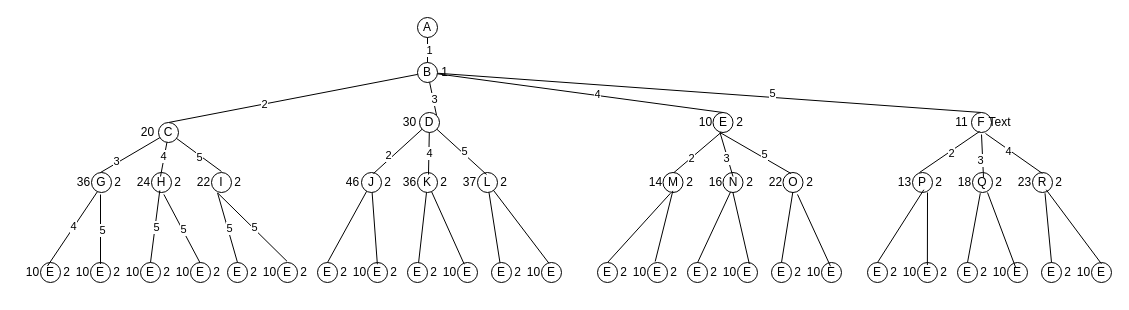
This is 算法.drawio from suoyi123wang/draw.io, a draw.io file, before an edit. Source tidied: cells renumbered, new cells numbered last; positions are measured from the earlier drawing's top-left corner, leaving out a move shared by most shapes. Both pictures are drawn from the tidied source at 100%, with x=0, y=0 at pixel (17, 17).
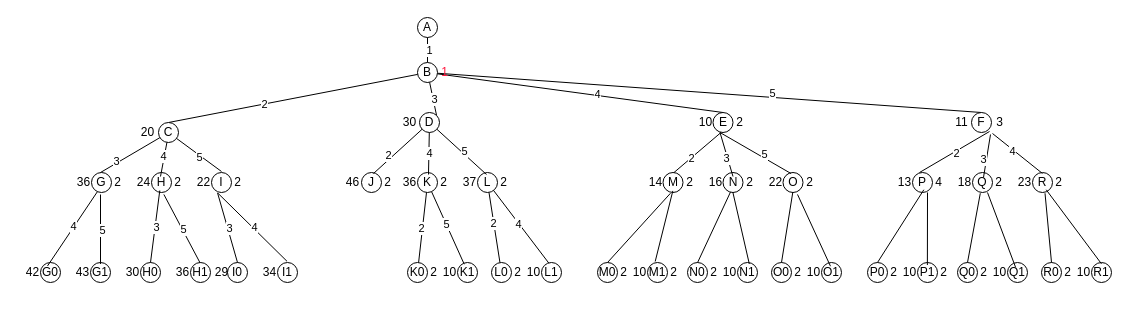
After the change.

The change refers to these unchanged cells:
```xml
<mxCell id="53" value="J" style="ellipse;whiteSpace=wrap;html=1;" parent="52" vertex="1">
  <mxGeometry x="60" width="20" height="20" as="geometry" />
</mxCell>
<mxCell id="96" style="group;" parent="94" vertex="1">
  <mxGeometry width="59" height="20" as="geometry" />
</mxCell>
<mxCell id="140" style="edgeStyle=none;rounded=0;jettySize=auto;html=1;entryX=0.5;entryY=0;entryDx=0;entryDy=0;startArrow=none;startFill=0;endArrow=none;endFill=0;exitX=1.043;exitY=0.9;exitDx=0;exitDy=0;exitPerimeter=0;" parent="1" edge="1" source="41" target="131">
  <mxGeometry relative="1" as="geometry" />
</mxCell>
<mxCell id="151" style="edgeStyle=none;rounded=0;jettySize=auto;html=1;entryX=0.5;entryY=0;entryDx=0;entryDy=0;startArrow=none;startFill=0;endArrow=none;endFill=0;exitX=0.967;exitY=1.014;exitDx=0;exitDy=0;exitPerimeter=0;" parent="1" edge="1" source="46" target="144">
  <mxGeometry relative="1" as="geometry" />
</mxCell>
<mxCell id="153" style="edgeStyle=none;rounded=0;jettySize=auto;html=1;entryX=1.086;entryY=-0.057;entryDx=0;entryDy=0;startArrow=none;startFill=0;endArrow=none;endFill=0;exitX=0.986;exitY=1.043;exitDx=0;exitDy=0;exitPerimeter=0;entryPerimeter=0;" parent="1" edge="1" source="46" target="149">
  <mxGeometry relative="1" as="geometry" />
</mxCell>
<mxCell id="168" style="edgeStyle=none;rounded=0;jettySize=auto;html=1;startArrow=none;startFill=0;endArrow=none;endFill=0;" parent="1" edge="1" source="58" target="164">
  <mxGeometry relative="1" as="geometry" />
</mxCell>
<mxCell id="169" style="edgeStyle=none;rounded=0;jettySize=auto;html=1;entryX=0.336;entryY=0.086;entryDx=0;entryDy=0;entryPerimeter=0;startArrow=none;startFill=0;endArrow=none;endFill=0;" parent="1" edge="1" source="58" target="166">
  <mxGeometry relative="1" as="geometry" />
</mxCell>
<mxCell id="174" style="edgeStyle=none;rounded=0;jettySize=auto;html=1;startArrow=none;startFill=0;endArrow=none;endFill=0;" parent="1" edge="1" source="63" target="170">
  <mxGeometry relative="1" as="geometry" />
</mxCell>
<mxCell id="175" style="edgeStyle=none;rounded=0;jettySize=auto;html=1;entryX=1.01;entryY=0.029;entryDx=0;entryDy=0;entryPerimeter=0;startArrow=none;startFill=0;endArrow=none;endFill=0;" parent="1" edge="1" source="63" target="173">
  <mxGeometry relative="1" as="geometry" />
</mxCell>
<mxCell id="178" style="group;" parent="1" vertex="1">
  <mxGeometry x="607" y="245" width="59" height="20" as="geometry" />
</mxCell>
<mxCell id="199" style="group;" parent="1" vertex="1">
  <mxGeometry x="877" y="245" width="59" height="20" as="geometry" />
</mxCell>
```

The edit, as a diff of the source:
```diff
@@
-    <mxCell id="22" style="group;" parent="1" vertex="1">
+    <mxCell id="22" style="group;fontColor=#FF1947;" parent="1" vertex="1">
       <mxGeometry x="400" y="45" width="37" height="20" as="geometry" />
     </mxCell>
@@
-    <mxCell id="25" value="1" style="text;html=1;align=center;verticalAlign=middle;" parent="22" vertex="1">
+    <mxCell id="25" value="&lt;font color=&quot;#ff173e&quot;&gt;1&lt;/font&gt;" style="text;html=1;align=center;verticalAlign=middle;" parent="22" vertex="1">
       <mxGeometry x="17" width="20" height="20" as="geometry" />
     </mxCell>
@@
-    <mxCell id="98" value="2" style="text;html=1;align=center;verticalAlign=middle;" parent="96" vertex="1">
+    <mxCell id="98" value="4" style="text;html=1;align=center;verticalAlign=middle;" parent="96" vertex="1">
       <mxGeometry x="39" width="20" height="20" as="geometry" />
     </mxCell>
@@
-    <mxCell id="109" value="Text" style="text;html=1;align=center;verticalAlign=middle;points=[];" parent="1" vertex="1">
-      <mxGeometry x="962" y="95" width="40" height="20" as="geometry" />
+    <mxCell id="109" value="3" style="text;html=1;align=center;verticalAlign=middle;points=[];" parent="1" vertex="1">
+      <mxGeometry x="972" y="95" width="20" height="20" as="geometry" />
     </mxCell>
@@
     <mxCell id="116" style="group;" parent="1" vertex="1">
-      <mxGeometry y="245" width="59" height="20" as="geometry" />
+      <mxGeometry y="245" width="74" height="30" as="geometry" />
     </mxCell>
-    <mxCell id="117" value="E" style="ellipse;whiteSpace=wrap;html=1;" parent="116" vertex="1">
+    <mxCell id="117" value="G0" style="ellipse;whiteSpace=wrap;html=1;" parent="116" vertex="1">
       <mxGeometry x="23" width="20" height="20" as="geometry" />
     </mxCell>
     <mxCell id="118" style="group;" parent="116" vertex="1">
-      <mxGeometry width="59" height="20" as="geometry" />
+      <mxGeometry width="74" height="30" as="geometry" />
     </mxCell>
-    <mxCell id="119" value="10" style="text;html=1;align=center;verticalAlign=middle;points=[];" parent="118" vertex="1">
+    <mxCell id="119" value="42" style="text;html=1;align=center;verticalAlign=middle;points=[];" parent="118" vertex="1">
       <mxGeometry width="30" height="20" as="geometry" />
     </mxCell>
-    <mxCell id="120" value="2" style="text;html=1;align=center;verticalAlign=middle;" parent="118" vertex="1">
-      <mxGeometry x="39" width="20" height="20" as="geometry" />
-    </mxCell>
     <mxCell id="121" style="group;" parent="1" vertex="1">
-      <mxGeometry x="50" y="245" width="59" height="20" as="geometry" />
+      <mxGeometry x="50" y="245" width="74" height="30" as="geometry" />
     </mxCell>
-    <mxCell id="122" value="E" style="ellipse;whiteSpace=wrap;html=1;" parent="121" vertex="1">
+    <mxCell id="122" value="G1" style="ellipse;whiteSpace=wrap;html=1;" parent="121" vertex="1">
       <mxGeometry x="23" width="20" height="20" as="geometry" />
     </mxCell>
     <mxCell id="123" style="group;" parent="121" vertex="1">
-      <mxGeometry width="59" height="20" as="geometry" />
+      <mxGeometry width="74" height="30" as="geometry" />
     </mxCell>
-    <mxCell id="124" value="10" style="text;html=1;align=center;verticalAlign=middle;points=[];" parent="123" vertex="1">
+    <mxCell id="124" value="43" style="text;html=1;align=center;verticalAlign=middle;points=[];" parent="123" vertex="1">
       <mxGeometry width="30" height="20" as="geometry" />
     </mxCell>
-    <mxCell id="125" value="2" style="text;html=1;align=center;verticalAlign=middle;" parent="123" vertex="1">
-      <mxGeometry x="39" width="20" height="20" as="geometry" />
-    </mxCell>
@@
     <mxCell id="130" style="group;" parent="1" vertex="1">
-      <mxGeometry x="100" y="245" width="59" height="20" as="geometry" />
+      <mxGeometry x="100" y="245" width="74" height="30" as="geometry" />
     </mxCell>
-    <mxCell id="131" value="E" style="ellipse;whiteSpace=wrap;html=1;" parent="130" vertex="1">
+    <mxCell id="131" value="H0" style="ellipse;whiteSpace=wrap;html=1;" parent="130" vertex="1">
       <mxGeometry x="23" width="20" height="20" as="geometry" />
     </mxCell>
     <mxCell id="132" style="group;" parent="130" vertex="1">
-      <mxGeometry width="59" height="20" as="geometry" />
+      <mxGeometry width="74" height="30" as="geometry" />
     </mxCell>
-    <mxCell id="133" value="10" style="text;html=1;align=center;verticalAlign=middle;" parent="132" vertex="1">
+    <mxCell id="133" value="30" style="text;html=1;align=center;verticalAlign=middle;" parent="132" vertex="1">
       <mxGeometry width="30" height="20" as="geometry" />
     </mxCell>
-    <mxCell id="134" value="2" style="text;html=1;align=center;verticalAlign=middle;" parent="132" vertex="1">
-      <mxGeometry x="39" width="20" height="20" as="geometry" />
-    </mxCell>
     <mxCell id="135" style="group;" parent="1" vertex="1">
-      <mxGeometry x="150" y="245" width="59" height="20" as="geometry" />
+      <mxGeometry x="150" y="245" width="74" height="30" as="geometry" />
     </mxCell>
-    <mxCell id="136" value="E" style="ellipse;whiteSpace=wrap;html=1;" parent="135" vertex="1">
+    <mxCell id="136" value="H1" style="ellipse;whiteSpace=wrap;html=1;" parent="135" vertex="1">
       <mxGeometry x="23" width="20" height="20" as="geometry" />
     </mxCell>
     <mxCell id="137" style="group;" parent="135" vertex="1">
-      <mxGeometry width="59" height="20" as="geometry" />
+      <mxGeometry width="74" height="30" as="geometry" />
     </mxCell>
-    <mxCell id="138" value="10" style="text;html=1;align=center;verticalAlign=middle;points=[];" parent="137" vertex="1">
+    <mxCell id="138" value="36" style="text;html=1;align=center;verticalAlign=middle;points=[];" parent="137" vertex="1">
       <mxGeometry width="30" height="20" as="geometry" />
     </mxCell>
-    <mxCell id="139" value="2" style="text;html=1;align=center;verticalAlign=middle;" parent="137" vertex="1">
-      <mxGeometry x="39" width="20" height="20" as="geometry" />
-    </mxCell>
@@
-    <mxCell id="141" value="5" style="edgeLabel;html=1;align=center;verticalAlign=middle;" parent="140" vertex="1">
+    <mxCell id="141" value="3" style="edgeLabel;html=1;align=center;verticalAlign=middle;" parent="140" vertex="1">
       <mxGeometry x="0.02" y="1" relative="1" as="geometry" />
     </mxCell>
@@
-    <mxCell id="144" value="E" style="ellipse;whiteSpace=wrap;html=1;" parent="1" vertex="1">
+    <mxCell id="144" value="I0" style="ellipse;whiteSpace=wrap;html=1;" parent="1" vertex="1">
       <mxGeometry x="210" y="245" width="20" height="20" as="geometry" />
     </mxCell>
-    <mxCell id="145" value="2" style="text;html=1;align=center;verticalAlign=middle;" parent="1" vertex="1">
-      <mxGeometry x="226" y="245" width="20" height="20" as="geometry" />
-    </mxCell>
     <mxCell id="146" style="group;" parent="1" vertex="1">
-      <mxGeometry x="237" y="245" width="59" height="20" as="geometry" />
+      <mxGeometry x="237" y="245" width="74" height="30" as="geometry" />
     </mxCell>
-    <mxCell id="147" value="E" style="ellipse;whiteSpace=wrap;html=1;" parent="146" vertex="1">
+    <mxCell id="147" value="I1" style="ellipse;whiteSpace=wrap;html=1;" parent="146" vertex="1">
       <mxGeometry x="23" width="20" height="20" as="geometry" />
     </mxCell>
     <mxCell id="148" style="group;" parent="146" vertex="1">
-      <mxGeometry width="59" height="20" as="geometry" />
+      <mxGeometry width="74" height="30" as="geometry" />
     </mxCell>
-    <mxCell id="149" value="10" style="text;html=1;align=center;verticalAlign=middle;points=[];" parent="148" vertex="1">
+    <mxCell id="149" value="34" style="text;html=1;align=center;verticalAlign=middle;points=[];" parent="148" vertex="1">
       <mxGeometry width="30" height="20" as="geometry" />
     </mxCell>
-    <mxCell id="150" value="2" style="text;html=1;align=center;verticalAlign=middle;" parent="148" vertex="1">
-      <mxGeometry x="39" width="20" height="20" as="geometry" />
-    </mxCell>
@@
-    <mxCell id="152" value="5" style="edgeLabel;html=1;align=center;verticalAlign=middle;" parent="151" vertex="1">
+    <mxCell id="152" value="3" style="edgeLabel;html=1;align=center;verticalAlign=middle;" parent="151" vertex="1">
       <mxGeometry x="0.02" y="1" relative="1" as="geometry" />
     </mxCell>
@@
-    <mxCell id="154" value="5" style="edgeLabel;html=1;align=center;verticalAlign=middle;" parent="153" vertex="1">
+    <mxCell id="154" value="4" style="edgeLabel;html=1;align=center;verticalAlign=middle;" parent="153" vertex="1">
       <mxGeometry x="0.02" y="1" relative="1" as="geometry" />
     </mxCell>
-    <mxCell id="155" value="E" style="ellipse;whiteSpace=wrap;html=1;" parent="1" vertex="1">
-      <mxGeometry x="300" y="245" width="20" height="20" as="geometry" />
-    </mxCell>
-    <mxCell id="156" value="2" style="text;html=1;align=center;verticalAlign=middle;" parent="1" vertex="1">
-      <mxGeometry x="316" y="245" width="20" height="20" as="geometry" />
-    </mxCell>
-    <mxCell id="157" style="group;" parent="1" vertex="1">
-      <mxGeometry x="327" y="245" width="59" height="20" as="geometry" />
-    </mxCell>
-    <mxCell id="158" value="E" style="ellipse;whiteSpace=wrap;html=1;" parent="157" vertex="1">
-      <mxGeometry x="23" width="20" height="20" as="geometry" />
-    </mxCell>
-    <mxCell id="159" style="group;" parent="157" vertex="1">
-      <mxGeometry width="59" height="20" as="geometry" />
-    </mxCell>
-    <mxCell id="160" value="10" style="text;html=1;align=center;verticalAlign=middle;points=[];" parent="159" vertex="1">
-      <mxGeometry width="30" height="20" as="geometry" />
-    </mxCell>
-    <mxCell id="161" value="2" style="text;html=1;align=center;verticalAlign=middle;" parent="159" vertex="1">
-      <mxGeometry x="39" width="20" height="20" as="geometry" />
-    </mxCell>
-    <mxCell id="162" style="edgeStyle=none;rounded=0;jettySize=auto;html=1;entryX=0.5;entryY=0;entryDx=0;entryDy=0;startArrow=none;startFill=0;endArrow=none;endFill=0;" parent="1" edge="1" source="53" target="155">
-      <mxGeometry relative="1" as="geometry" />
-    </mxCell>
-    <mxCell id="163" style="edgeStyle=none;rounded=0;jettySize=auto;html=1;entryX=1.095;entryY=0.086;entryDx=0;entryDy=0;entryPerimeter=0;startArrow=none;startFill=0;endArrow=none;endFill=0;" parent="1" edge="1" source="53" target="160">
-      <mxGeometry relative="1" as="geometry" />
-    </mxCell>
-    <mxCell id="164" value="E" style="ellipse;whiteSpace=wrap;html=1;" parent="1" vertex="1">
+    <mxCell id="164" value="K0" style="ellipse;whiteSpace=wrap;html=1;" parent="1" vertex="1">
       <mxGeometry x="390" y="245" width="20" height="20" as="geometry" />
     </mxCell>
@@
-    <mxCell id="166" value="E" style="ellipse;whiteSpace=wrap;html=1;" parent="1" vertex="1">
+    <mxCell id="166" value="K1" style="ellipse;whiteSpace=wrap;html=1;" parent="1" vertex="1">
       <mxGeometry x="440" y="245" width="20" height="20" as="geometry" />
     </mxCell>
@@
+    <mxCell id="218" value="&lt;font color=&quot;#000000&quot;&gt;2&lt;/font&gt;" style="edgeLabel;html=1;align=center;verticalAlign=middle;fontColor=#FF1947;" parent="168" vertex="1">
+      <mxGeometry x="0.02" y="-1" relative="1" as="geometry" />
+    </mxCell>
@@
+    <mxCell id="219" value="&lt;font color=&quot;#000000&quot;&gt;5&lt;/font&gt;" style="edgeLabel;html=1;align=center;verticalAlign=middle;fontColor=#FF1947;" parent="169" vertex="1">
+      <mxGeometry x="-0.09" relative="1" as="geometry" />
+    </mxCell>
-    <mxCell id="170" value="E" style="ellipse;whiteSpace=wrap;html=1;" parent="1" vertex="1">
+    <mxCell id="170" value="L0" style="ellipse;whiteSpace=wrap;html=1;" parent="1" vertex="1">
       <mxGeometry x="474" y="245" width="20" height="20" as="geometry" />
     </mxCell>
@@
-    <mxCell id="172" value="E" style="ellipse;whiteSpace=wrap;html=1;" parent="1" vertex="1">
+    <mxCell id="172" value="L1" style="ellipse;whiteSpace=wrap;html=1;" parent="1" vertex="1">
       <mxGeometry x="524" y="245" width="20" height="20" as="geometry" />
     </mxCell>
@@
+    <mxCell id="220" value="2" style="edgeLabel;html=1;align=center;verticalAlign=middle;" parent="174" vertex="1">
+      <mxGeometry x="-0.12" y="-1" relative="1" as="geometry" />
+    </mxCell>
@@
+    <mxCell id="221" value="4" style="edgeLabel;html=1;align=center;verticalAlign=middle;" parent="175" vertex="1">
+      <mxGeometry x="-0.07" y="-1" relative="1" as="geometry" />
+    </mxCell>
-    <mxCell id="176" value="E" style="ellipse;whiteSpace=wrap;html=1;" parent="1" vertex="1">
+    <mxCell id="176" value="M0" style="ellipse;whiteSpace=wrap;html=1;" parent="1" vertex="1">
       <mxGeometry x="580" y="245" width="20" height="20" as="geometry" />
     </mxCell>
@@
-    <mxCell id="179" value="E" style="ellipse;whiteSpace=wrap;html=1;" parent="178" vertex="1">
+    <mxCell id="179" value="M1" style="ellipse;whiteSpace=wrap;html=1;" parent="178" vertex="1">
       <mxGeometry x="23" width="20" height="20" as="geometry" />
     </mxCell>
@@
-    <mxCell id="183" value="E" style="ellipse;whiteSpace=wrap;html=1;" parent="1" vertex="1">
+    <mxCell id="183" value="N0" style="ellipse;whiteSpace=wrap;html=1;" parent="1" vertex="1">
       <mxGeometry x="670" y="245" width="20" height="20" as="geometry" />
     </mxCell>
@@
-    <mxCell id="185" value="E" style="ellipse;whiteSpace=wrap;html=1;" parent="1" vertex="1">
+    <mxCell id="185" value="N1" style="ellipse;whiteSpace=wrap;html=1;" parent="1" vertex="1">
       <mxGeometry x="720" y="245" width="20" height="20" as="geometry" />
     </mxCell>
@@
-    <mxCell id="187" value="E" style="ellipse;whiteSpace=wrap;html=1;" parent="1" vertex="1">
+    <mxCell id="187" value="O0" style="ellipse;whiteSpace=wrap;html=1;" parent="1" vertex="1">
       <mxGeometry x="754" y="245" width="20" height="20" as="geometry" />
     </mxCell>
@@
-    <mxCell id="189" value="E" style="ellipse;whiteSpace=wrap;html=1;" parent="1" vertex="1">
+    <mxCell id="189" value="O1" style="ellipse;whiteSpace=wrap;html=1;" parent="1" vertex="1">
       <mxGeometry x="804" y="245" width="20" height="20" as="geometry" />
     </mxCell>
@@
-    <mxCell id="197" value="E" style="ellipse;whiteSpace=wrap;html=1;" parent="1" vertex="1">
+    <mxCell id="197" value="P0" style="ellipse;whiteSpace=wrap;html=1;" parent="1" vertex="1">
       <mxGeometry x="850" y="245" width="20" height="20" as="geometry" />
     </mxCell>
@@
-    <mxCell id="200" value="E" style="ellipse;whiteSpace=wrap;html=1;" parent="199" vertex="1">
+    <mxCell id="200" value="P1" style="ellipse;whiteSpace=wrap;html=1;" parent="199" vertex="1">
       <mxGeometry x="23" width="20" height="20" as="geometry" />
     </mxCell>
@@
-    <mxCell id="204" value="E" style="ellipse;whiteSpace=wrap;html=1;" parent="1" vertex="1">
+    <mxCell id="204" value="Q0" style="ellipse;whiteSpace=wrap;html=1;" parent="1" vertex="1">
       <mxGeometry x="940" y="245" width="20" height="20" as="geometry" />
     </mxCell>
@@
-    <mxCell id="206" value="E" style="ellipse;whiteSpace=wrap;html=1;" parent="1" vertex="1">
+    <mxCell id="206" value="Q1" style="ellipse;whiteSpace=wrap;html=1;" parent="1" vertex="1">
       <mxGeometry x="990" y="245" width="20" height="20" as="geometry" />
     </mxCell>
@@
-    <mxCell id="208" value="E" style="ellipse;whiteSpace=wrap;html=1;" parent="1" vertex="1">
+    <mxCell id="208" value="R0" style="ellipse;whiteSpace=wrap;html=1;" parent="1" vertex="1">
       <mxGeometry x="1024" y="245" width="20" height="20" as="geometry" />
     </mxCell>
@@
-    <mxCell id="210" value="E" style="ellipse;whiteSpace=wrap;html=1;" parent="1" vertex="1">
+    <mxCell id="210" value="R1" style="ellipse;whiteSpace=wrap;html=1;" parent="1" vertex="1">
       <mxGeometry x="1074" y="245" width="20" height="20" as="geometry" />
     </mxCell>
@@
+    <mxCell id="222" value="&lt;font color=&quot;#000000&quot;&gt;29&lt;/font&gt;" style="text;html=1;align=center;verticalAlign=middle;fontColor=#FF1947;" parent="1" vertex="1">
+      <mxGeometry x="189" y="245" width="30" height="20" as="geometry" />
+    </mxCell>
```
